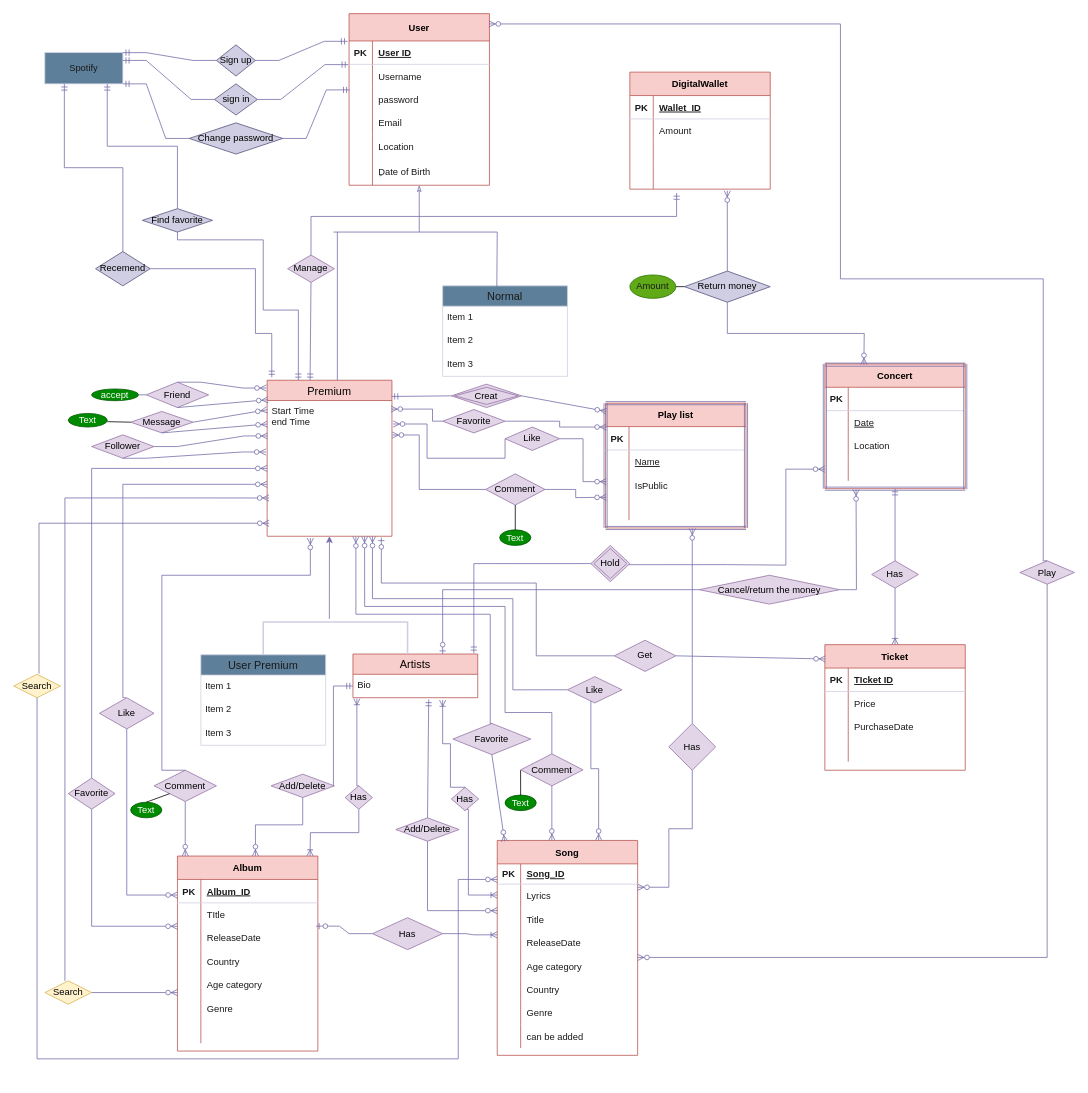
Earlier version of the draw.io diagram DiagramProjectDB1.drawio (Mahrokh-M/Spotify). Source tidied: cells renumbered, new cells numbered last; positions are measured from the earlier drawing's top-left corner, leaving out a move shared by most shapes. Both pictures are drawn from the tidied source at 78%, with x=0, y=0 at pixel (13, 13).
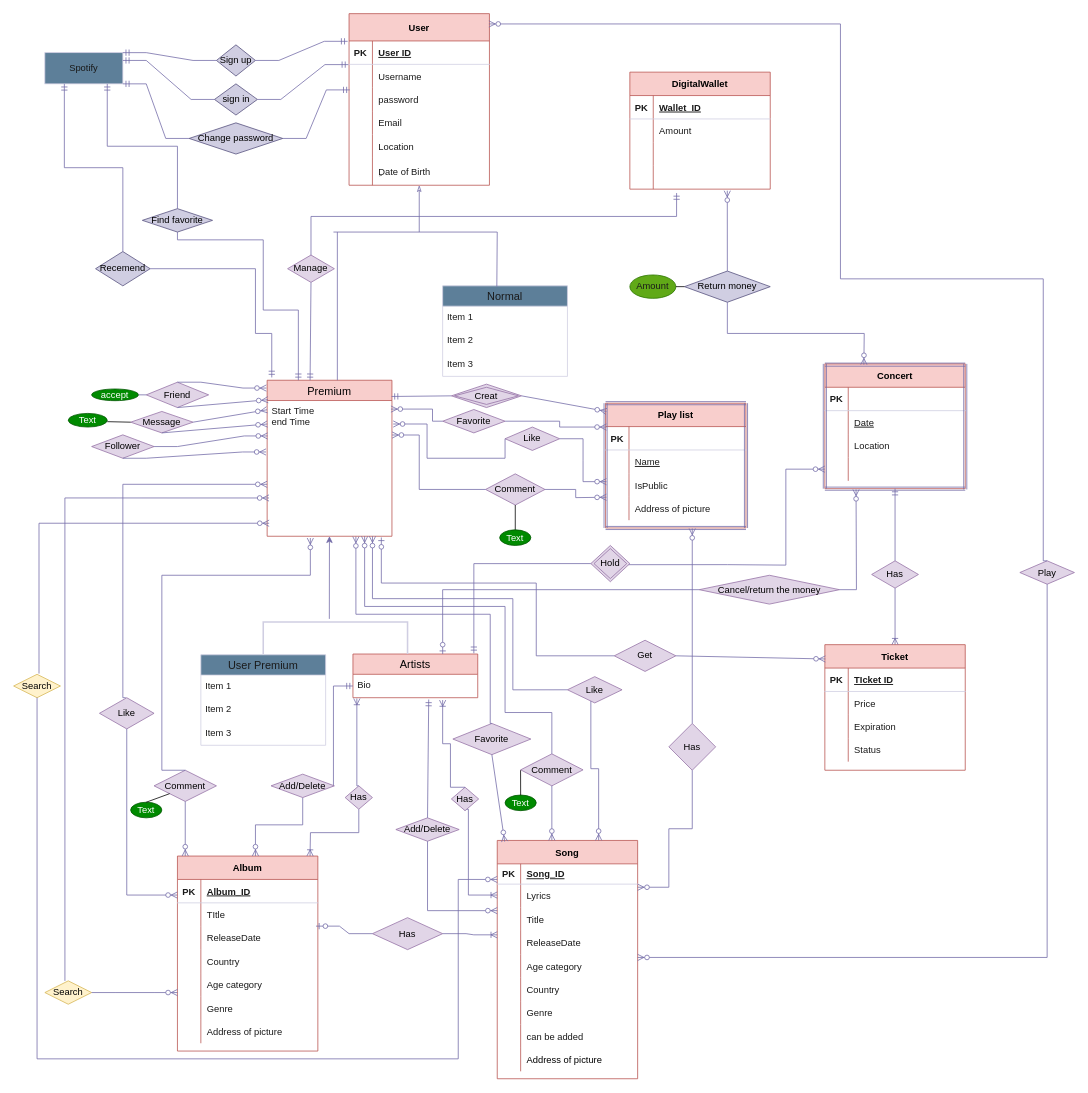
Above is the later version.

The change refers to these unchanged cells:
```xml
<mxCell id="60" style="shape=tableRow;horizontal=0;startSize=0;swimlaneHead=0;swimlaneBody=0;fillColor=none;top=0;left=0;right=0;bottom=0;strokeColor=#D0CEE2;fontColor=#1A1A1A;labelBackgroundColor=none;" parent="41" vertex="1">
  <mxGeometry y="210" width="180" height="30" as="geometry" />
</mxCell>
<mxCell id="86" style="shape=tableRow;horizontal=0;startSize=0;swimlaneHead=0;swimlaneBody=0;fillColor=none;top=0;left=0;right=0;bottom=0;labelBackgroundColor=none;strokeColor=#D0CEE2;fontColor=#1A1A1A;" parent="76" vertex="1">
  <mxGeometry y="120" width="180" height="30" as="geometry" />
</mxCell>
<mxCell id="96" style="shape=tableRow;horizontal=0;startSize=0;swimlaneHead=0;swimlaneBody=0;fillColor=none;top=0;left=0;right=0;bottom=0;labelBackgroundColor=none;strokeColor=#D0CEE2;fontColor=#1A1A1A;" parent="89" vertex="1">
  <mxGeometry y="90" width="180" height="30" as="geometry" />
</mxCell>
<mxCell id="99" style="shape=tableRow;horizontal=0;startSize=0;swimlaneHead=0;swimlaneBody=0;fillColor=none;top=0;left=0;right=0;bottom=0;labelBackgroundColor=none;strokeColor=#D0CEE2;fontColor=#1A1A1A;" parent="89" vertex="1">
  <mxGeometry y="120" width="180" height="30" as="geometry" />
</mxCell>
<mxCell id="107" value="Start Time&#10;end Time&#10;" style="text;strokeColor=none;fillColor=none;spacingLeft=4;spacingRight=4;overflow=hidden;points=[[0,0.5],[1,0.5]];portConstraint=eastwest;fontSize=12;labelBackgroundColor=none;fontColor=#1A1A1A;" parent="106" vertex="1">
  <mxGeometry y="26" width="160" height="174" as="geometry" />
</mxCell>
```

Change to the diagram source:
```diff
@@
     <mxCell id="3" value="Song" style="shape=table;startSize=30;childLayout=tableLayout;rowLines=0;fontStyle=1;align=center;labelBackgroundColor=none;fillColor=#f8cecc;strokeColor=#b85450;" parent="1" vertex="1">
-      <mxGeometry x="620" y="1060" width="180" height="275.5" as="geometry" />
+      <mxGeometry x="620" y="1060" width="180" height="305.5" as="geometry" />
     </mxCell>
@@
+    <mxCell id="258" style="shape=tableRow;horizontal=0;startSize=0;swimlaneHead=0;swimlaneBody=0;fillColor=none;top=0;left=0;right=0;bottom=0;" parent="3" vertex="1">
+      <mxGeometry y="266" width="180" height="30" as="geometry" />
+    </mxCell>
+    <mxCell id="259" style="shape=partialRectangle;fillColor=none;top=0;left=0;bottom=0;right=0;overflow=hidden;" parent="258" vertex="1">
+      <mxGeometry width="30" height="30" as="geometry" />
+    </mxCell>
+    <mxCell id="260" value="Address of picture" style="shape=partialRectangle;fillColor=none;top=0;left=0;bottom=0;right=0;align=left;spacingLeft=6;overflow=hidden;" parent="258" vertex="1">
+      <mxGeometry x="30" width="150" height="30" as="geometry" />
+    </mxCell>
@@
-    <mxCell id="62" style="shape=partialRectangle;fillColor=none;top=0;left=0;bottom=0;right=0;align=left;spacingLeft=6;overflow=hidden;strokeColor=#D0CEE2;fontColor=#1A1A1A;labelBackgroundColor=none;" parent="60" vertex="1">
+    <mxCell id="62" value="Address of picture" style="shape=partialRectangle;fillColor=none;top=0;left=0;bottom=0;right=0;align=left;spacingLeft=6;overflow=hidden;strokeColor=#D0CEE2;fontColor=#1A1A1A;labelBackgroundColor=none;" parent="60" vertex="1">
       <mxGeometry x="30" width="150" height="30" as="geometry" />
     </mxCell>
@@
-    <mxCell id="88" style="shape=partialRectangle;fillColor=none;top=0;left=0;bottom=0;right=0;align=left;spacingLeft=6;overflow=hidden;labelBackgroundColor=none;strokeColor=#D0CEE2;fontColor=#1A1A1A;" parent="86" vertex="1">
+    <mxCell id="88" value="Address of picture" style="shape=partialRectangle;fillColor=none;top=0;left=0;bottom=0;right=0;align=left;spacingLeft=6;overflow=hidden;labelBackgroundColor=none;strokeColor=#D0CEE2;fontColor=#1A1A1A;" parent="86" vertex="1">
       <mxGeometry x="30" width="150" height="30" as="geometry" />
     </mxCell>
@@
-    <mxCell id="98" value="PurchaseDate" style="shape=partialRectangle;fillColor=none;top=0;left=0;bottom=0;right=0;align=left;spacingLeft=6;overflow=hidden;labelBackgroundColor=none;strokeColor=#D0CEE2;fontColor=#1A1A1A;" parent="96" vertex="1">
+    <mxCell id="98" value="Expiration" style="shape=partialRectangle;fillColor=none;top=0;left=0;bottom=0;right=0;align=left;spacingLeft=6;overflow=hidden;labelBackgroundColor=none;strokeColor=#D0CEE2;fontColor=#1A1A1A;" parent="96" vertex="1">
       <mxGeometry x="30" width="150" height="30" as="geometry" />
     </mxCell>
@@
-    <mxCell id="101" style="shape=partialRectangle;fillColor=none;top=0;left=0;bottom=0;right=0;align=left;spacingLeft=6;overflow=hidden;labelBackgroundColor=none;strokeColor=#D0CEE2;fontColor=#1A1A1A;" parent="99" vertex="1">
+    <mxCell id="101" value="Status" style="shape=partialRectangle;fillColor=none;top=0;left=0;bottom=0;right=0;align=left;spacingLeft=6;overflow=hidden;labelBackgroundColor=none;strokeColor=#D0CEE2;fontColor=#1A1A1A;" parent="99" vertex="1">
       <mxGeometry x="30" width="150" height="30" as="geometry" />
     </mxCell>
@@
-    <mxCell id="131" style="fontSize=12;html=1;endArrow=ERzeroToMany;endFill=1;rounded=0;exitX=0.5;exitY=1;exitDx=0;exitDy=0;edgeStyle=elbowEdgeStyle;labelBackgroundColor=none;strokeColor=#736CA8;fontColor=default;" parent="1" edge="1" source="134">
-      <mxGeometry relative="1" as="geometry">
-        <mxPoint x="210" y="1170" as="targetPoint" />
-        <Array as="points">
-          <mxPoint x="100" y="1100" />
-        </Array>
-      </mxGeometry>
-    </mxCell>
@@
-    <mxCell id="134" value="Favorite" style="shape=rhombus;perimeter=rhombusPerimeter;whiteSpace=wrap;html=1;align=center;strokeColor=#9673a6;labelBackgroundColor=none;fillColor=#e1d5e7;" parent="1" vertex="1">
-      <mxGeometry x="70" y="980" width="60" height="40" as="geometry" />
-    </mxCell>
-    <mxCell id="135" style="edgeStyle=elbowEdgeStyle;fontSize=12;html=1;endArrow=ERzeroToMany;endFill=1;rounded=0;exitX=0.5;exitY=0;exitDx=0;exitDy=0;entryX=0;entryY=0.5;entryDx=0;entryDy=0;labelBackgroundColor=none;strokeColor=#736CA8;fontColor=default;" parent="1" edge="1" source="134" target="107">
-      <mxGeometry relative="1" as="geometry">
-        <Array as="points">
-          <mxPoint x="100" y="840" />
-        </Array>
-      </mxGeometry>
-    </mxCell>
```
